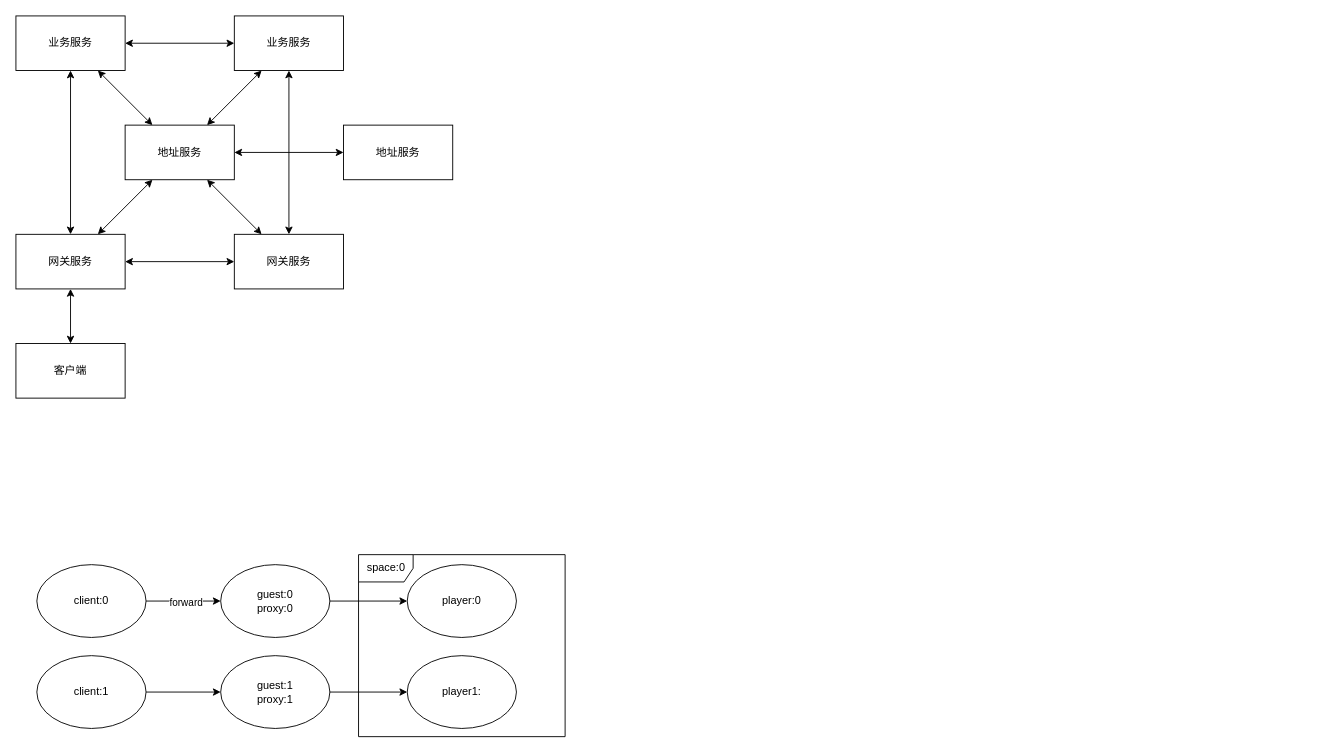
ChivenZhang/OpenMS keeps this draw.io diagram as page "结点部署" (2 of 3) of Document/OpenMS.drawio. Above is the earlier version. Source tidied: cells renumbered, new cells numbered last; positions are measured from the earlier drawing's top-left corner, leaving out a move shared by most shapes. Both pictures are drawn from the tidied source at 91%, with x=0, y=0 at pixel (15, 15).
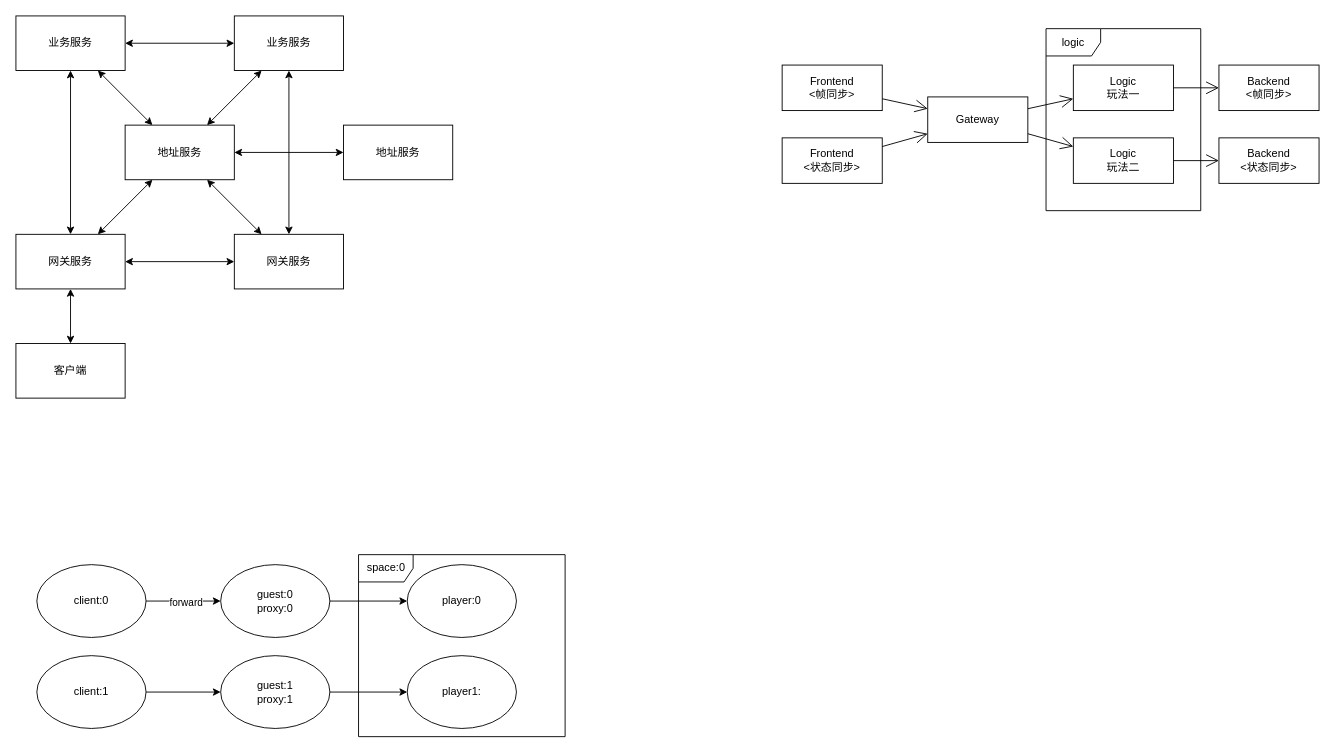
Above is the later version.

Diff of the diagram source:
```diff
@@
+    <mxCell id="31" value="Gateway" style="html=1;whiteSpace=wrap;" parent="1" vertex="1">
+      <mxGeometry x="1002" y="89" width="110" height="50" as="geometry" />
+    </mxCell>
+    <mxCell id="32" value="Logic&lt;br&gt;玩法一" style="html=1;whiteSpace=wrap;" parent="1" vertex="1">
+      <mxGeometry x="1162" y="54" width="110" height="50" as="geometry" />
+    </mxCell>
+    <mxCell id="33" value="Logic&lt;br&gt;玩法二" style="html=1;whiteSpace=wrap;" parent="1" vertex="1">
+      <mxGeometry x="1162" y="134" width="110" height="50" as="geometry" />
+    </mxCell>
+    <mxCell id="34" value="Backend&lt;br&gt;&amp;lt;帧同步&amp;gt;" style="html=1;whiteSpace=wrap;" parent="1" vertex="1">
+      <mxGeometry x="1322" y="54" width="110" height="50" as="geometry" />
+    </mxCell>
+    <mxCell id="35" value="Backend&lt;br&gt;&amp;lt;状态同步&amp;gt;" style="html=1;whiteSpace=wrap;" parent="1" vertex="1">
+      <mxGeometry x="1322" y="134" width="110" height="50" as="geometry" />
+    </mxCell>
+    <mxCell id="36" style="endArrow=open;endFill=1;endSize=12;html=1;rounded=0;" parent="1" edge="1" source="31" target="32">
+      <mxGeometry relative="1" as="geometry" />
+    </mxCell>
+    <mxCell id="37" style="endArrow=open;endFill=1;endSize=12;html=1;rounded=0;" parent="1" edge="1" source="32" target="34">
+      <mxGeometry relative="1" as="geometry" />
+    </mxCell>
+    <mxCell id="38" style="endArrow=open;endFill=1;endSize=12;html=1;rounded=0;" parent="1" edge="1" source="33" target="35">
+      <mxGeometry relative="1" as="geometry" />
+    </mxCell>
+    <mxCell id="39" style="endArrow=open;endFill=1;endSize=12;html=1;rounded=0;" parent="1" edge="1" source="31" target="33">
+      <mxGeometry relative="1" as="geometry" />
+    </mxCell>
+    <mxCell id="40" value="Frontend&lt;br&gt;&amp;lt;帧同步&amp;gt;" style="html=1;whiteSpace=wrap;" parent="1" vertex="1">
+      <mxGeometry x="842" y="54" width="110" height="50" as="geometry" />
+    </mxCell>
+    <mxCell id="41" value="Frontend&lt;br&gt;&amp;lt;状态同步&amp;gt;" style="html=1;whiteSpace=wrap;" parent="1" vertex="1">
+      <mxGeometry x="842" y="134" width="110" height="50" as="geometry" />
+    </mxCell>
+    <mxCell id="42" style="endArrow=open;endFill=1;endSize=12;html=1;rounded=0;" parent="1" edge="1" source="40" target="31">
+      <mxGeometry relative="1" as="geometry" />
+    </mxCell>
+    <mxCell id="43" style="endArrow=open;endFill=1;endSize=12;html=1;rounded=0;" parent="1" edge="1" source="41" target="31">
+      <mxGeometry relative="1" as="geometry" />
+    </mxCell>
+    <mxCell id="44" value="logic" style="shape=umlFrame;whiteSpace=wrap;html=1;" parent="1" vertex="1">
+      <mxGeometry x="1132" y="14" width="170" height="200" as="geometry" />
+    </mxCell>
```
